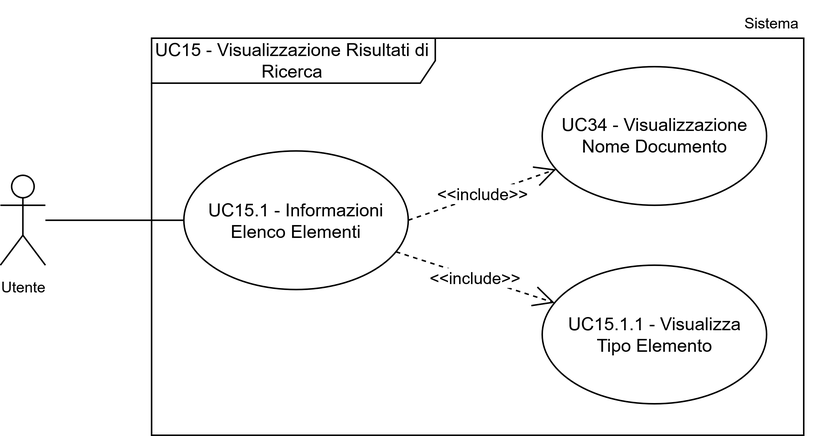
Before: assets/uml/UC15INC.png, a diagram exported from draw.io (7-ZPUs/Docs). Source tidied: cells renumbered, new cells last; positions are measured from the earlier drawing's top-left corner, leaving out a move shared by most shapes. The source it was exported from:
```xml
<mxGraphModel>
  <root>
    <mxCell id="0" />
    <mxCell id="1" parent="0" />
    <mxCell id="2" value="&lt;font style=&quot;font-size: 10px;&quot;&gt;Utente&lt;/font&gt;" style="shape=umlActor;verticalLabelPosition=bottom;verticalAlign=top;html=1;outlineConnect=0;" parent="1" vertex="1">
      <mxGeometry x="-0.2" y="116.5" width="30" height="60" as="geometry" />
    </mxCell>
    <mxCell id="3" value="&lt;font&gt;Sistema&lt;/font&gt;" style="text;html=1;whiteSpace=wrap;strokeColor=none;fillColor=none;align=center;verticalAlign=middle;rounded=0;fontSize=10;" parent="1" vertex="1">
      <mxGeometry x="484" width="60" height="30" as="geometry" />
    </mxCell>
    <mxCell id="4" value="UC15 - Visualizzazione Risultati di Ricerca" style="shape=umlFrame;whiteSpace=wrap;html=1;width=189;height=30;" parent="1" vertex="1">
      <mxGeometry x="100.5" y="25" width="434.5" height="265" as="geometry" />
    </mxCell>
    <mxCell id="5" value="UC15.1 - Informazioni Elenco Elementi" style="ellipse;whiteSpace=wrap;html=1;" parent="1" vertex="1">
      <mxGeometry x="122" y="100.2" width="149.5" height="92.5" as="geometry" />
    </mxCell>
    <mxCell id="6" style="rounded=0;jettySize=auto;html=1;entryX=0;entryY=0.5;entryDx=0;entryDy=0;strokeColor=default;endArrow=none;endFill=0;" parent="1" edge="1" source="2" target="5">
      <mxGeometry relative="1" as="geometry" />
    </mxCell>
    <mxCell id="7" value="&amp;lt;&amp;lt;include&amp;gt;&amp;gt;" style="endArrow=open;endSize=12;dashed=1;html=1;rounded=0;exitX=1;exitY=0.5;exitDx=0;exitDy=0;" parent="1" edge="1" source="5" target="8">
      <mxGeometry relative="1" as="geometry" />
    </mxCell>
    <mxCell id="8" value="UC34 - Visualizzazione Nome Documento" style="ellipse;whiteSpace=wrap;html=1;" parent="1" vertex="1">
      <mxGeometry x="360.8" y="44" width="149.5" height="92.5" as="geometry" />
    </mxCell>
    <mxCell id="9" value="&lt;div&gt;UC15.1.1 - Visualizza&lt;/div&gt;&lt;div&gt;Tipo Elemento&lt;/div&gt;" style="ellipse;whiteSpace=wrap;html=1;" parent="1" vertex="1">
      <mxGeometry x="360.8" y="176.5" width="149.5" height="92.5" as="geometry" />
    </mxCell>
    <mxCell id="10" value="&amp;lt;&amp;lt;include&amp;gt;&amp;gt;" style="endArrow=open;endSize=12;dashed=1;html=1;rounded=0;" parent="1" edge="1" source="5" target="9">
      <mxGeometry relative="1" as="geometry" />
    </mxCell>
  </root>
</mxGraphModel>
```
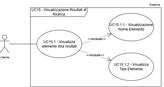
After the change.

The edit, as a diff of the source:
```diff
@@ -11,7 +11,7 @@
     <mxCell id="4" value="UC15 - Visualizzazione Risultati di Ricerca" style="shape=umlFrame;whiteSpace=wrap;html=1;width=189;height=30;" parent="1" vertex="1">
       <mxGeometry x="100.5" y="25" width="434.5" height="265" as="geometry" />
     </mxCell>
-    <mxCell id="5" value="UC15.1 - Informazioni Elenco Elementi" style="ellipse;whiteSpace=wrap;html=1;" parent="1" vertex="1">
+    <mxCell id="5" value="UC15.1 - Visualizza elemento lista risultati" style="ellipse;whiteSpace=wrap;html=1;" parent="1" vertex="1">
       <mxGeometry x="122" y="100.2" width="149.5" height="92.5" as="geometry" />
     </mxCell>
     <mxCell id="6" style="rounded=0;jettySize=auto;html=1;entryX=0;entryY=0.5;entryDx=0;entryDy=0;strokeColor=default;endArrow=none;endFill=0;" parent="1" edge="1" source="2" target="5">
@@ -20,10 +20,10 @@
     <mxCell id="7" value="&amp;lt;&amp;lt;include&amp;gt;&amp;gt;" style="endArrow=open;endSize=12;dashed=1;html=1;rounded=0;exitX=1;exitY=0.5;exitDx=0;exitDy=0;" parent="1" edge="1" source="5" target="8">
       <mxGeometry relative="1" as="geometry" />
     </mxCell>
-    <mxCell id="8" value="UC34 - Visualizzazione Nome Documento" style="ellipse;whiteSpace=wrap;html=1;" parent="1" vertex="1">
+    <mxCell id="8" value="UC15.1.1 - Visualizzazione Nome Elemento" style="ellipse;whiteSpace=wrap;html=1;" parent="1" vertex="1">
       <mxGeometry x="360.8" y="44" width="149.5" height="92.5" as="geometry" />
     </mxCell>
-    <mxCell id="9" value="&lt;div&gt;UC15.1.1 - Visualizza&lt;/div&gt;&lt;div&gt;Tipo Elemento&lt;/div&gt;" style="ellipse;whiteSpace=wrap;html=1;" parent="1" vertex="1">
+    <mxCell id="9" value="&lt;div&gt;UC15.1.2 - Visualizza&lt;/div&gt;&lt;div&gt;Tipo Elemento&lt;/div&gt;" style="ellipse;whiteSpace=wrap;html=1;" parent="1" vertex="1">
       <mxGeometry x="360.8" y="176.5" width="149.5" height="92.5" as="geometry" />
     </mxCell>
     <mxCell id="10" value="&amp;lt;&amp;lt;include&amp;gt;&amp;gt;" style="endArrow=open;endSize=12;dashed=1;html=1;rounded=0;" parent="1" edge="1" source="5" target="9">
```
